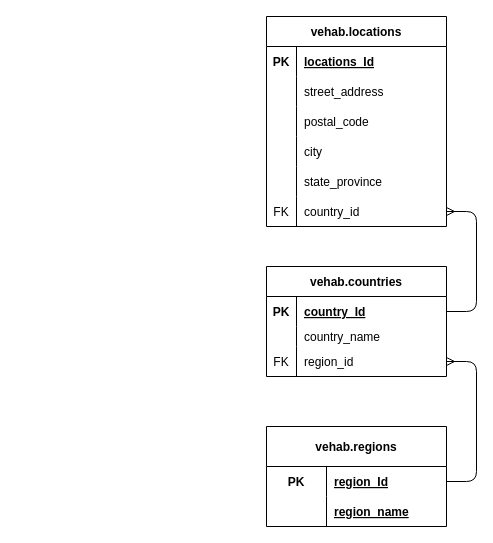
Above: HT_ERD.drawio in VehabK/a07_erds (draw.io), before the change. Source tidied: cells renumbered, new cells numbered last; positions are measured from the earlier drawing's top-left corner, leaving out a move shared by most shapes. Both pictures are drawn from the tidied source at 100%, with x=0, y=0 at pixel (266, 16).
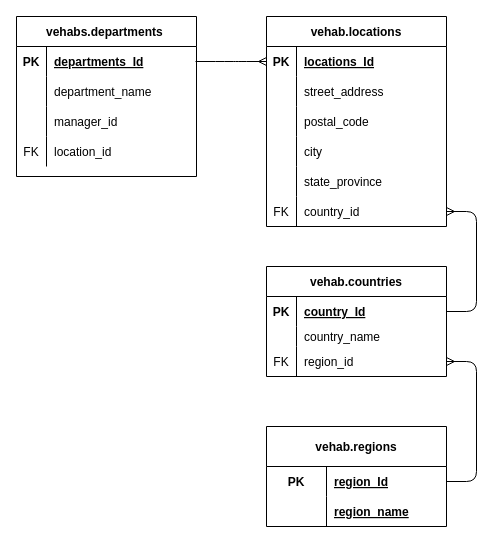
The same page after the edit.

Commit message:
added departments table

The change refers to these unchanged cells:
```xml
<mxCell id="21" style="shape=partialRectangle;fillColor=none;top=0;left=0;bottom=1;right=0;points=[[0,0.5],[1,0.5]];portConstraint=eastwest;strokeColor=none;" parent="20" vertex="1">
  <mxGeometry y="30" width="180" height="30" as="geometry" />
</mxCell>
```

Diff of the diagram source:
```diff
@@
+    <mxCell id="40" value="vehabs.departments " style="shape=table;startSize=30;childLayout=tableLayout;rowLines=0;fontStyle=1;align=center;strokeColor=#000000;" parent="1" vertex="1">
+      <mxGeometry x="-250" width="180" height="160" as="geometry" />
+    </mxCell>
+    <mxCell id="41" style="shape=partialRectangle;fillColor=none;top=0;left=0;bottom=1;right=0;strokeColor=none;" parent="40" vertex="1">
+      <mxGeometry y="30" width="180" height="30" as="geometry" />
+    </mxCell>
+    <mxCell id="42" value="PK" style="shape=partialRectangle;fillColor=none;top=0;left=0;bottom=0;right=0;fontStyle=1;overflow=hidden;" parent="41" vertex="1">
+      <mxGeometry width="30" height="30" as="geometry" />
+    </mxCell>
+    <mxCell id="43" value="departments_Id" style="shape=partialRectangle;fillColor=none;top=0;left=0;bottom=0;right=0;align=left;spacingLeft=6;fontStyle=5;overflow=hidden;" parent="41" vertex="1">
+      <mxGeometry x="30" width="150" height="30" as="geometry" />
+    </mxCell>
+    <mxCell id="44" style="shape=partialRectangle;fillColor=none;top=0;left=0;bottom=0;right=0;" parent="40" vertex="1">
+      <mxGeometry y="60" width="180" height="30" as="geometry" />
+    </mxCell>
+    <mxCell id="45" style="shape=partialRectangle;fillColor=none;top=0;left=0;bottom=0;right=0;overflow=hidden;" parent="44" vertex="1">
+      <mxGeometry width="30" height="30" as="geometry" />
+    </mxCell>
+    <mxCell id="46" value="department_name" style="shape=partialRectangle;fillColor=none;top=0;left=0;bottom=0;right=0;align=left;spacingLeft=6;overflow=hidden;" parent="44" vertex="1">
+      <mxGeometry x="30" width="150" height="30" as="geometry" />
+    </mxCell>
+    <mxCell id="47" style="shape=partialRectangle;fillColor=none;top=0;left=0;bottom=0;right=0;" parent="40" vertex="1">
+      <mxGeometry y="90" width="180" height="30" as="geometry" />
+    </mxCell>
+    <mxCell id="48" style="shape=partialRectangle;fillColor=none;top=0;left=0;bottom=0;right=0;overflow=hidden;" parent="47" vertex="1">
+      <mxGeometry width="30" height="30" as="geometry" />
+    </mxCell>
+    <mxCell id="49" value="manager_id" style="shape=partialRectangle;fillColor=none;top=0;left=0;bottom=0;right=0;align=left;spacingLeft=6;overflow=hidden;" parent="47" vertex="1">
+      <mxGeometry x="30" width="150" height="30" as="geometry" />
+    </mxCell>
+    <mxCell id="50" style="shape=partialRectangle;fillColor=none;top=0;left=0;bottom=0;right=0;" parent="40" vertex="1">
+      <mxGeometry y="120" width="180" height="30" as="geometry" />
+    </mxCell>
+    <mxCell id="51" value="FK" style="shape=partialRectangle;fillColor=none;top=0;left=0;bottom=0;right=0;overflow=hidden;" parent="50" vertex="1">
+      <mxGeometry width="30" height="30" as="geometry" />
+    </mxCell>
+    <mxCell id="52" value="location_id" style="shape=partialRectangle;fillColor=none;top=0;left=0;bottom=0;right=0;align=left;spacingLeft=6;overflow=hidden;" parent="50" vertex="1">
+      <mxGeometry x="30" width="150" height="30" as="geometry" />
+    </mxCell>
+    <mxCell id="53" style="edgeStyle=entityRelationEdgeStyle;fontSize=12;html=1;endArrow=ERmany;entryX=0;entryY=0.5;entryDx=0;entryDy=0;" parent="1" edge="1" target="21">
+      <mxGeometry relative="1" as="geometry">
+        <mxPoint x="-71" y="45" as="sourcePoint" />
+      </mxGeometry>
+    </mxCell>
```
